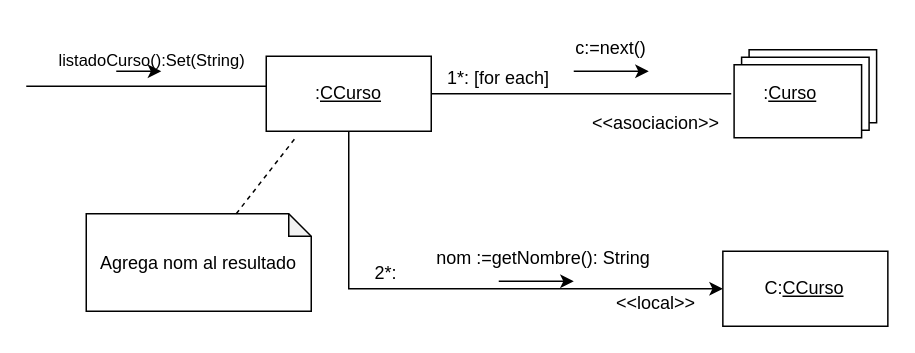
Earlier version of the draw.io diagram Untitled Diagram.drawio (ianarazny/ecommerce). Source tidied: cells renumbered, new cells numbered last; positions are measured from the earlier drawing's top-left corner, leaving out a move shared by most shapes. Both pictures are drawn from the tidied source at 150%, with x=0, y=0 at pixel (26, 22).
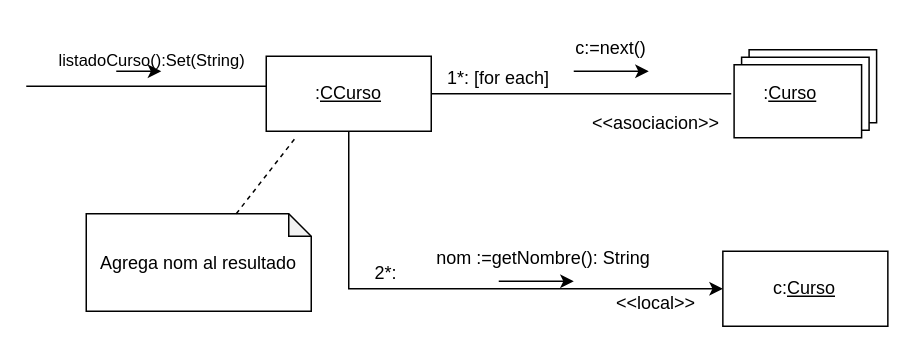
Above is the later version.

What changed in the source:
```diff
@@
-    <mxCell id="13" value="C:&lt;u&gt;CCurso&lt;/u&gt;" style="html=1;whiteSpace=wrap;" parent="1" vertex="1">
+    <mxCell id="13" value="c:&lt;u&gt;Curso&lt;/u&gt;" style="html=1;whiteSpace=wrap;" parent="1" vertex="1">
       <mxGeometry x="464.4" y="152" width="110" height="50" as="geometry" />
     </mxCell>
```
